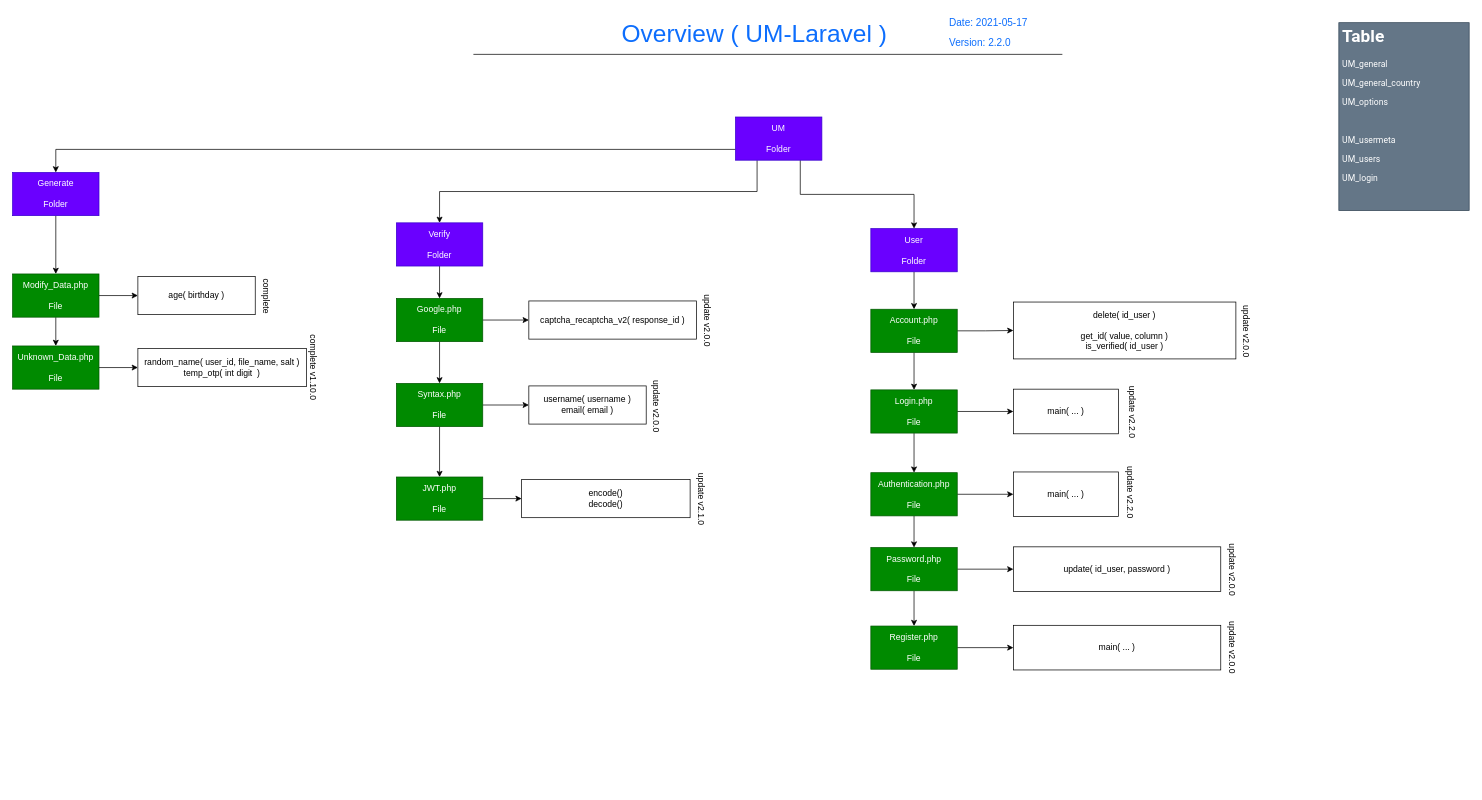
imithu/UM keeps this draw.io diagram as Docs/main.drawio. Above is the earlier version. Source tidied: cells renumbered, new cells numbered last; positions are measured from the earlier drawing's top-left corner, leaving out a move shared by most shapes. Both pictures are drawn from the tidied source at 72%, with x=0, y=0 at pixel (12, 12).
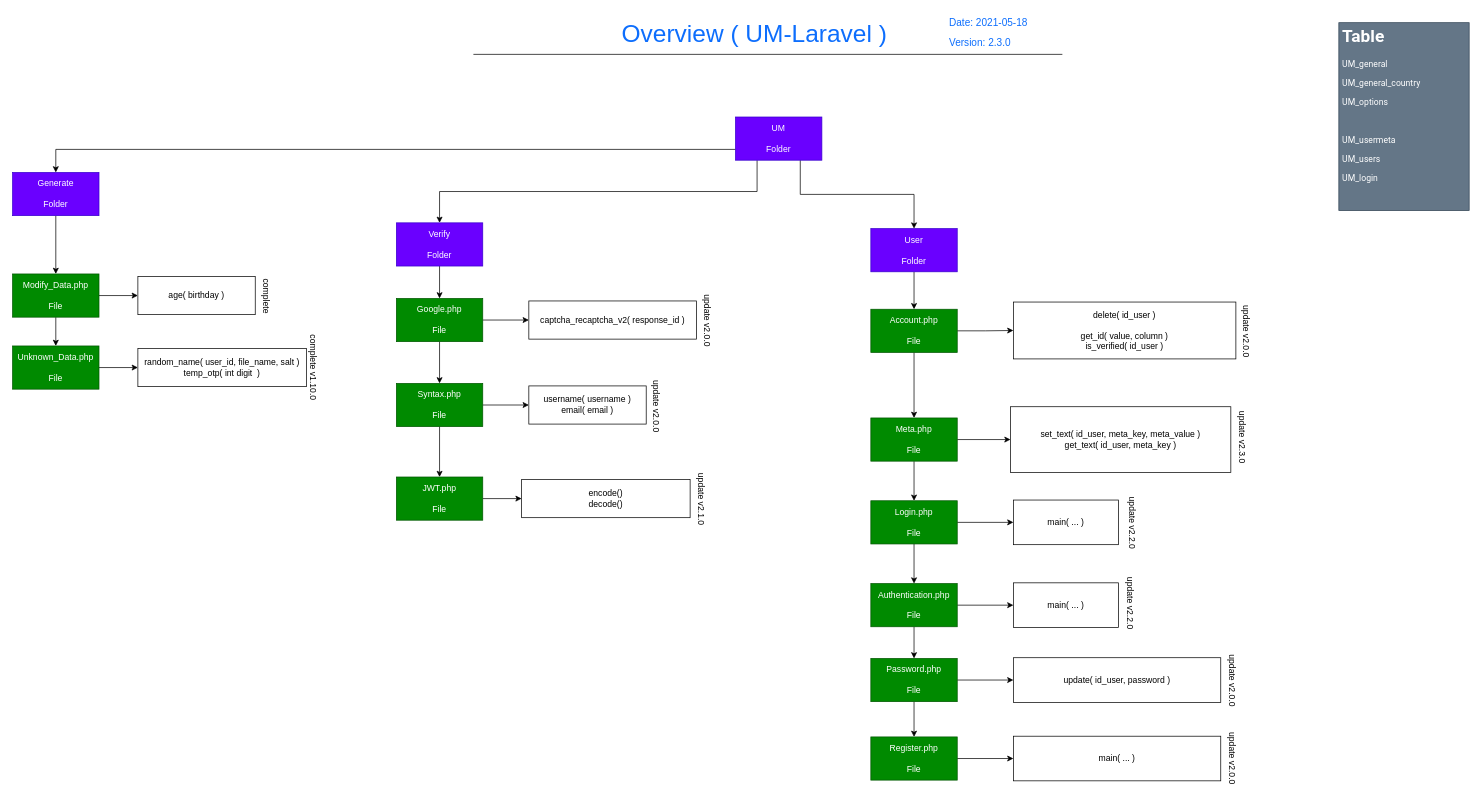
After the change.

Unchanged cells that the change refers to:
```xml
<mxCell id="2" style="group;fontSize=34;" parent="1" vertex="1">
  <mxGeometry x="640" width="818" height="58" as="geometry" />
</mxCell>
<mxCell id="15" value="Account.php&lt;br&gt;&lt;br&gt;File" style="rounded=0;whiteSpace=wrap;html=1;fillColor=#008a00;strokeColor=#005700;fontColor=#ffffff;" parent="1" vertex="1">
  <mxGeometry x="1192" y="412" width="120" height="60" as="geometry" />
</mxCell>
```

Diff of the diagram source:
```diff
@@
-    <mxCell id="4" value="Date: 2021-05-17" style="text;html=1;strokeColor=none;fillColor=none;align=left;verticalAlign=middle;whiteSpace=wrap;labelBackgroundColor=none;fontSize=14;fontColor=#0d6efd;" parent="2" vertex="1">
+    <mxCell id="4" value="Date: 2021-05-18" style="text;html=1;strokeColor=none;fillColor=none;align=left;verticalAlign=middle;whiteSpace=wrap;labelBackgroundColor=none;fontSize=14;fontColor=#0d6efd;" parent="2" vertex="1">
       <mxGeometry x="659" y="1" width="147" height="25" as="geometry" />
     </mxCell>
@@
-    <mxCell id="6" value="Version: 2.2.0" style="text;html=1;strokeColor=none;fillColor=none;align=left;verticalAlign=middle;whiteSpace=wrap;labelBackgroundColor=none;fontSize=14;fontColor=#0d6efd;" parent="2" vertex="1">
+    <mxCell id="6" value="Version: 2.3.0" style="text;html=1;strokeColor=none;fillColor=none;align=left;verticalAlign=middle;whiteSpace=wrap;labelBackgroundColor=none;fontSize=14;fontColor=#0d6efd;" parent="2" vertex="1">
       <mxGeometry x="659" y="32" width="132" height="20" as="geometry" />
     </mxCell>
@@
-    <mxCell id="14" style="edgeStyle=orthogonalEdgeStyle;rounded=0;jettySize=auto;html=1;exitX=0.5;exitY=1;exitDx=0;exitDy=0;entryX=0.5;entryY=0;entryDx=0;entryDy=0;" parent="1" edge="1" source="15" target="19">
-      <mxGeometry relative="1" as="geometry" />
-    </mxCell>
+    <mxCell id="65" style="edgeStyle=orthogonalEdgeStyle;rounded=0;jettySize=auto;html=1;exitX=0.5;exitY=1;exitDx=0;exitDy=0;" parent="1" edge="1" source="15" target="68">
+      <mxGeometry relative="1" as="geometry" />
+    </mxCell>
@@
     <mxCell id="19" value="Login.php&lt;br&gt;&lt;br&gt;File" style="rounded=0;whiteSpace=wrap;html=1;fillColor=#008a00;strokeColor=#005700;fontColor=#ffffff;" parent="1" vertex="1">
-      <mxGeometry x="1192" y="524" width="120" height="60" as="geometry" />
+      <mxGeometry x="1192" y="678" width="120" height="60" as="geometry" />
     </mxCell>
     <mxCell id="20" value="main( ... )" style="rounded=0;whiteSpace=wrap;html=1;" parent="1" vertex="1">
-      <mxGeometry x="1390" y="523" width="146" height="62" as="geometry" />
+      <mxGeometry x="1390" y="677" width="146" height="62" as="geometry" />
     </mxCell>
@@
     <mxCell id="23" value="Password.php&lt;br&gt;&lt;br&gt;File" style="rounded=0;whiteSpace=wrap;html=1;fillColor=#008a00;strokeColor=#005700;fontColor=#ffffff;" parent="1" vertex="1">
-      <mxGeometry x="1192" y="743" width="120" height="60" as="geometry" />
+      <mxGeometry x="1192" y="897" width="120" height="60" as="geometry" />
     </mxCell>
     <mxCell id="24" value="update( id_user, password )" style="rounded=0;whiteSpace=wrap;html=1;" parent="1" vertex="1">
-      <mxGeometry x="1390" y="742" width="288" height="62" as="geometry" />
+      <mxGeometry x="1390" y="896" width="288" height="62" as="geometry" />
     </mxCell>
@@
     <mxCell id="26" value="Register.php&lt;br&gt;&lt;br&gt;File" style="rounded=0;whiteSpace=wrap;html=1;fillColor=#008a00;strokeColor=#005700;fontColor=#ffffff;" parent="1" vertex="1">
-      <mxGeometry x="1192" y="852" width="120" height="60" as="geometry" />
+      <mxGeometry x="1192" y="1006" width="120" height="60" as="geometry" />
     </mxCell>
     <mxCell id="27" value="main( ... )" style="rounded=0;whiteSpace=wrap;html=1;" parent="1" vertex="1">
-      <mxGeometry x="1390" y="851" width="288" height="62" as="geometry" />
+      <mxGeometry x="1390" y="1005" width="288" height="62" as="geometry" />
     </mxCell>
@@
     <mxCell id="49" value="Authentication.php&lt;br&gt;&lt;br&gt;File" style="rounded=0;whiteSpace=wrap;html=1;fillColor=#008a00;strokeColor=#005700;fontColor=#ffffff;" parent="1" vertex="1">
-      <mxGeometry x="1192" y="639" width="120" height="60" as="geometry" />
+      <mxGeometry x="1192" y="793" width="120" height="60" as="geometry" />
     </mxCell>
     <mxCell id="50" value="main( ... )" style="rounded=0;whiteSpace=wrap;html=1;" parent="1" vertex="1">
-      <mxGeometry x="1390" y="638" width="146" height="62" as="geometry" />
+      <mxGeometry x="1390" y="792" width="146" height="62" as="geometry" />
     </mxCell>
     <mxCell id="51" value="update v2.2.0" style="text;html=1;align=center;verticalAlign=middle;rotation=90;" parent="1" vertex="1">
-      <mxGeometry x="1513" y="545" width="83" height="18" as="geometry" />
+      <mxGeometry x="1513" y="699" width="83" height="18" as="geometry" />
     </mxCell>
     <mxCell id="52" value="update v2.2.0" style="text;html=1;align=center;verticalAlign=middle;rotation=90;" parent="1" vertex="1">
-      <mxGeometry x="1511" y="656.5" width="83" height="18" as="geometry" />
+      <mxGeometry x="1511" y="810.5" width="83" height="18" as="geometry" />
     </mxCell>
     <mxCell id="53" value="update v2.0.0" style="text;html=1;align=center;verticalAlign=middle;rotation=90;" parent="1" vertex="1">
-      <mxGeometry x="1652" y="764" width="83" height="18" as="geometry" />
+      <mxGeometry x="1652" y="918" width="83" height="18" as="geometry" />
     </mxCell>
     <mxCell id="54" value="update v2.0.0" style="text;html=1;align=center;verticalAlign=middle;rotation=90;" parent="1" vertex="1">
-      <mxGeometry x="1652" y="872" width="83" height="18" as="geometry" />
+      <mxGeometry x="1652" y="1026" width="83" height="18" as="geometry" />
     </mxCell>
@@
+    <mxCell id="66" style="edgeStyle=orthogonalEdgeStyle;rounded=0;jettySize=auto;html=1;exitX=1;exitY=0.5;exitDx=0;exitDy=0;" parent="1" edge="1" source="68" target="69">
+      <mxGeometry relative="1" as="geometry" />
+    </mxCell>
+    <mxCell id="67" style="edgeStyle=orthogonalEdgeStyle;rounded=0;jettySize=auto;html=1;exitX=0.5;exitY=1;exitDx=0;exitDy=0;" parent="1" edge="1" source="68" target="19">
+      <mxGeometry relative="1" as="geometry" />
+    </mxCell>
+    <mxCell id="68" value="Meta.php&lt;br&gt;&lt;br&gt;File" style="rounded=0;whiteSpace=wrap;html=1;fillColor=#008a00;strokeColor=#005700;fontColor=#ffffff;" parent="1" vertex="1">
+      <mxGeometry x="1192" y="563" width="120" height="60" as="geometry" />
+    </mxCell>
+    <mxCell id="69" value="set_text( id_user, meta_key, meta_value )&lt;br&gt;get_text( id_user, meta_key )" style="rounded=0;whiteSpace=wrap;html=1;" parent="1" vertex="1">
+      <mxGeometry x="1386" y="547.4" width="306" height="91.2" as="geometry" />
+    </mxCell>
+    <mxCell id="70" value="update v2.3.0" style="text;html=1;align=center;verticalAlign=middle;rotation=90;" parent="1" vertex="1">
+      <mxGeometry x="1666" y="580" width="83" height="18" as="geometry" />
+    </mxCell>
```
